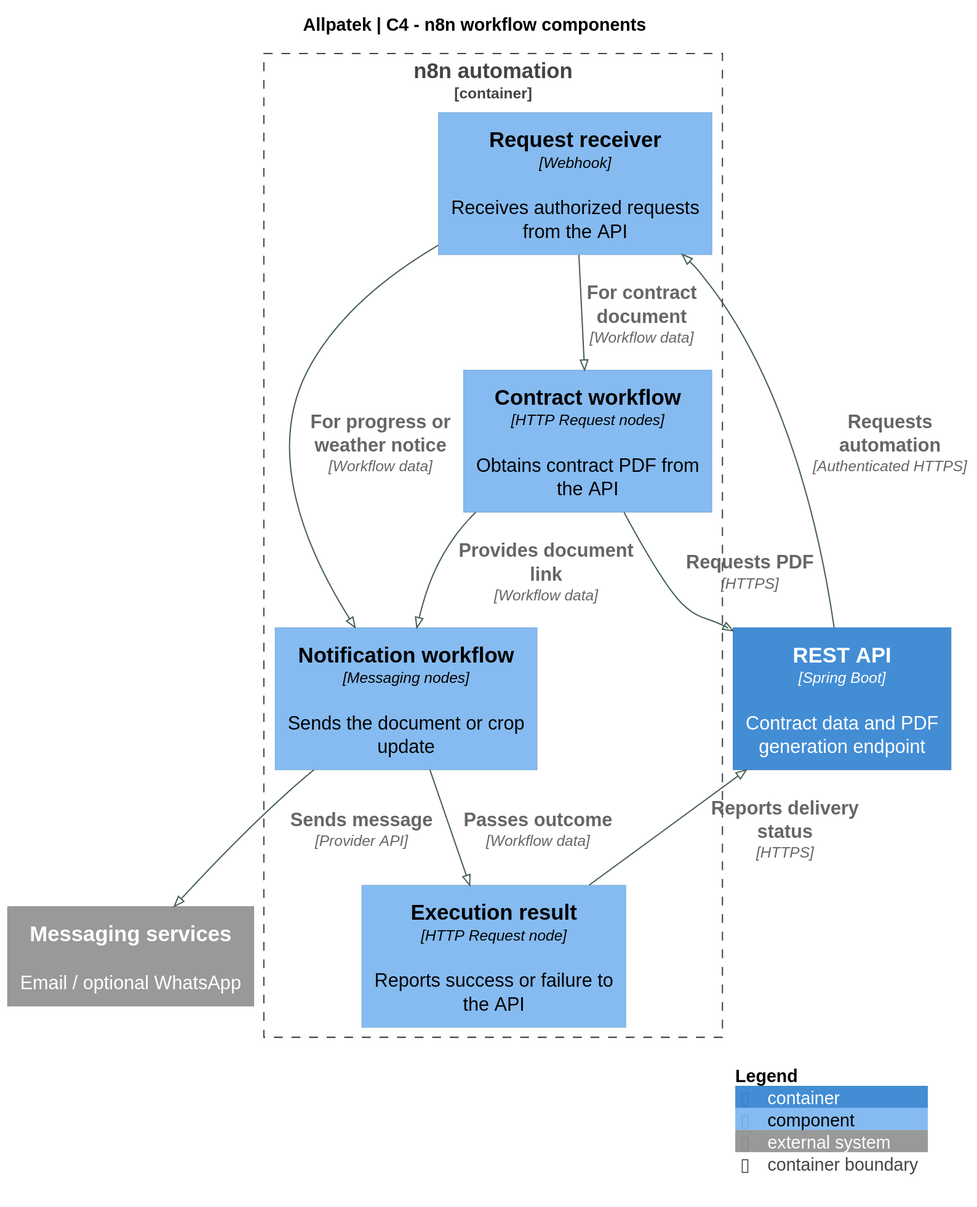
This is assets/chapter-04/architecture/07-n8n-components.svg from upc-pre-202620-1asi0729-7753-Terranova/allpatek-report, a PlantUML export, as it was before one commit.
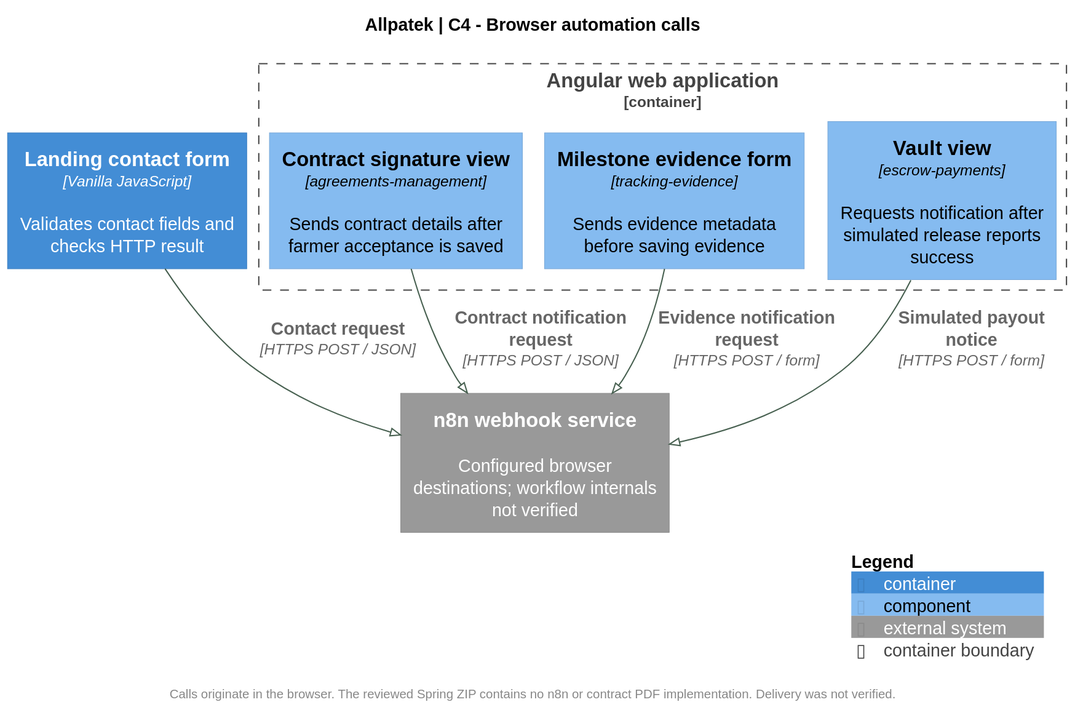
The same file after the commit.

Change to the diagram source:
```diff
@@ -3,29 +3,27 @@
 !include <C4/C4_Component>
 skinparam backgroundColor white
 skinparam defaultFontName SansSerif
-skinparam defaultFontSize 15
+skinparam defaultFontSize 14
 skinparam shadowing false
-skinparam classAttributeIconSize 0
 skinparam ArrowColor #476050
 skinparam dpi 140
-title Allpatek | C4 - n8n workflow components
+title Allpatek | C4 - Browser automation calls
 
 LAYOUT_TOP_DOWN()
-Container(api,"REST API","Spring Boot","Contract data and PDF generation endpoint")
-Container_Boundary(n8n,"n8n automation") {
- Component(trigger,"Request receiver","Webhook","Receives authorized requests from the API")
- Component(pdf,"Contract workflow","HTTP Request nodes","Obtains contract PDF from the API")
- Component(notify,"Notification workflow","Messaging nodes","Sends the document or crop update")
- Component(result,"Execution result","HTTP Request node","Reports success or failure to the API")
+Container(landing, "Landing contact form", "Vanilla JavaScript", "Validates contact fields and checks HTTP result")
+Container_Boundary(web, "Angular web application") {
+  Component(contract, "Contract signature view", "agreements-management", "Sends contract details after farmer acceptance is saved")
+  Component(evidence, "Milestone evidence form", "tracking-evidence", "Sends evidence metadata before saving evidence")
+  Component(payout, "Vault view", "escrow-payments", "Requests notification after simulated release reports success")
 }
-System_Ext(mail,"Messaging services","Email / optional WhatsApp")
-Rel(api,trigger,"Requests automation", "Authenticated HTTPS")
-Rel(trigger,pdf,"For contract document", "Workflow data")
-Rel(trigger,notify,"For progress or weather notice", "Workflow data")
-Rel(pdf,api,"Requests PDF", "HTTPS")
-Rel(pdf,notify,"Provides document link", "Workflow data")
-Rel(notify,mail,"Sends message", "Provider API")
-Rel(notify,result,"Passes outcome", "Workflow data")
-Rel(result,api,"Reports delivery status", "HTTPS")
+
+System_Ext(automation, "n8n webhook service", "Configured browser destinations; workflow internals not verified")
+
+Rel(landing, automation, "Contact request", "HTTPS POST / JSON")
+Rel(contract, automation, "Contract notification request", "HTTPS POST / JSON")
+Rel(evidence, automation, "Evidence notification request", "HTTPS POST / form")
+Rel(payout, automation, "Simulated payout notice", "HTTPS POST / form")
+
+footer Calls originate in the browser. The reviewed Spring ZIP contains no n8n or contract PDF implementation. Delivery was not verified.
 SHOW_LEGEND()
 @enduml
```
